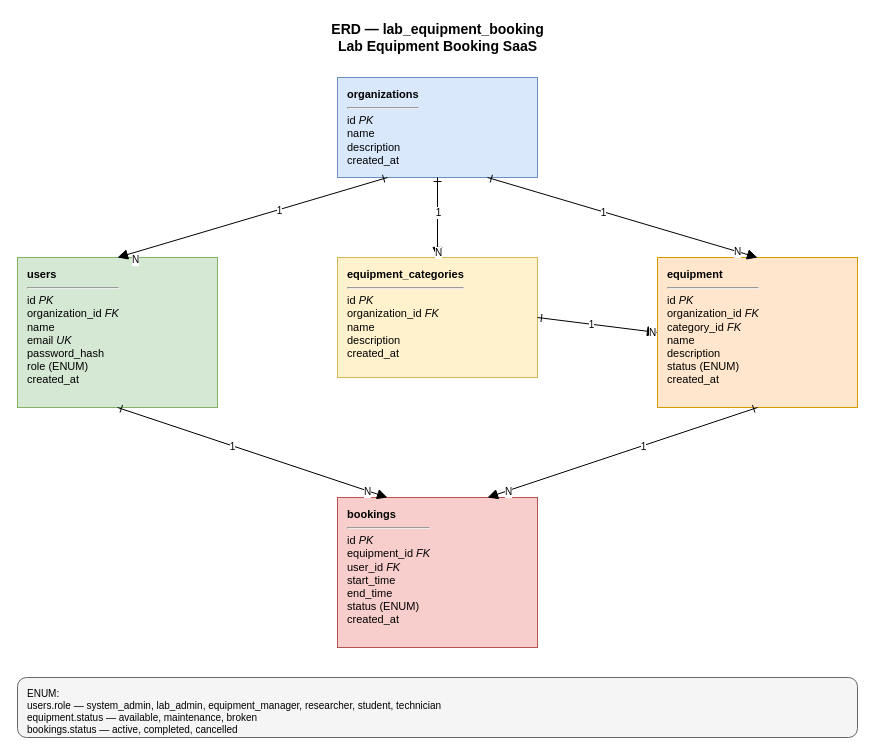
Earlier version of the draw.io diagram docs/diagrams/lab-equipment-booking-erd.drawio (somnexia/lab-equipment-booking-saas). Source tidied: cells renumbered, new cells numbered last; positions are measured from the earlier drawing's top-left corner, leaving out a move shared by most shapes. Both pictures are drawn from the tidied source at 100%, with x=0, y=0 at pixel (17, 17).
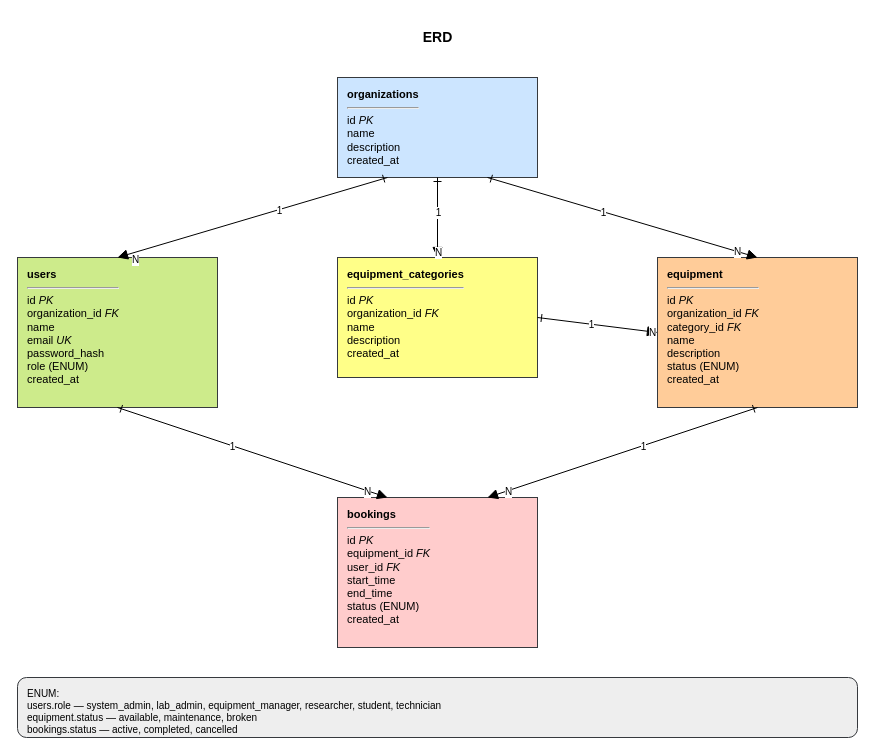
The same diagram, later.

Commit message (it also covers changes not shown here):
feat: update ERD diagram with improved structure and styling

The edit, as a diff of the source:
```diff
@@
-    <mxCell id="2" value="ERD — lab_equipment_booking&#10;Lab Equipment Booking SaaS" style="text;html=1;strokeColor=none;fillColor=none;align=center;verticalAlign=middle;fontStyle=1;fontSize=14;" parent="1" vertex="1">
+    <mxCell id="2" value="ERD" style="text;html=1;strokeColor=none;fillColor=none;align=center;verticalAlign=middle;fontStyle=1;fontSize=14;" parent="1" vertex="1">
       <mxGeometry x="240" width="360" height="40" as="geometry" />
     </mxCell>
-    <mxCell id="3" value="&lt;b&gt;organizations&lt;/b&gt;&lt;hr&gt;id &lt;i&gt;PK&lt;/i&gt;&lt;br&gt;name&lt;br&gt;description&lt;br&gt;created_at" style="rounded=0;whiteSpace=wrap;html=1;align=left;verticalAlign=top;spacingLeft=8;spacingTop=4;fillColor=#dae8fc;strokeColor=#6c8ebf;fontSize=11;" parent="1" vertex="1">
+    <mxCell id="3" value="&lt;b&gt;organizations&lt;/b&gt;&lt;hr&gt;id &lt;i&gt;PK&lt;/i&gt;&lt;br&gt;name&lt;br&gt;description&lt;br&gt;created_at" style="rounded=0;whiteSpace=wrap;html=1;align=left;verticalAlign=top;spacingLeft=8;spacingTop=4;fillColor=#cce5ff;strokeColor=#36393d;fontSize=11;" parent="1" vertex="1">
       <mxGeometry x="320" y="60" width="200" height="100" as="geometry" />
     </mxCell>
-    <mxCell id="4" value="&lt;b&gt;users&lt;/b&gt;&lt;hr&gt;id &lt;i&gt;PK&lt;/i&gt;&lt;br&gt;organization_id &lt;i&gt;FK&lt;/i&gt;&lt;br&gt;name&lt;br&gt;email &lt;i&gt;UK&lt;/i&gt;&lt;br&gt;password_hash&lt;br&gt;role (ENUM)&lt;br&gt;created_at" style="rounded=0;whiteSpace=wrap;html=1;align=left;verticalAlign=top;spacingLeft=8;spacingTop=4;fillColor=#d5e8d4;strokeColor=#82b366;fontSize=11;" parent="1" vertex="1">
+    <mxCell id="4" value="&lt;b&gt;users&lt;/b&gt;&lt;hr&gt;id &lt;i&gt;PK&lt;/i&gt;&lt;br&gt;organization_id &lt;i&gt;FK&lt;/i&gt;&lt;br&gt;name&lt;br&gt;email &lt;i&gt;UK&lt;/i&gt;&lt;br&gt;password_hash&lt;br&gt;role (ENUM)&lt;br&gt;created_at" style="rounded=0;whiteSpace=wrap;html=1;align=left;verticalAlign=top;spacingLeft=8;spacingTop=4;fillColor=#cdeb8b;strokeColor=#36393d;fontSize=11;" parent="1" vertex="1">
       <mxGeometry y="240" width="200" height="150" as="geometry" />
     </mxCell>
-    <mxCell id="5" value="&lt;b&gt;equipment_categories&lt;/b&gt;&lt;hr&gt;id &lt;i&gt;PK&lt;/i&gt;&lt;br&gt;organization_id &lt;i&gt;FK&lt;/i&gt;&lt;br&gt;name&lt;br&gt;description&lt;br&gt;created_at" style="rounded=0;whiteSpace=wrap;html=1;align=left;verticalAlign=top;spacingLeft=8;spacingTop=4;fillColor=#fff2cc;strokeColor=#d6b656;fontSize=11;" parent="1" vertex="1">
+    <mxCell id="5" value="&lt;b&gt;equipment_categories&lt;/b&gt;&lt;hr&gt;id &lt;i&gt;PK&lt;/i&gt;&lt;br&gt;organization_id &lt;i&gt;FK&lt;/i&gt;&lt;br&gt;name&lt;br&gt;description&lt;br&gt;created_at" style="rounded=0;whiteSpace=wrap;html=1;align=left;verticalAlign=top;spacingLeft=8;spacingTop=4;fillColor=#ffff88;strokeColor=#36393d;fontSize=11;" parent="1" vertex="1">
       <mxGeometry x="320" y="240" width="200" height="120" as="geometry" />
     </mxCell>
-    <mxCell id="6" value="&lt;b&gt;equipment&lt;/b&gt;&lt;hr&gt;id &lt;i&gt;PK&lt;/i&gt;&lt;br&gt;organization_id &lt;i&gt;FK&lt;/i&gt;&lt;br&gt;category_id &lt;i&gt;FK&lt;/i&gt;&lt;br&gt;name&lt;br&gt;description&lt;br&gt;status (ENUM)&lt;br&gt;created_at" style="rounded=0;whiteSpace=wrap;html=1;align=left;verticalAlign=top;spacingLeft=8;spacingTop=4;fillColor=#ffe6cc;strokeColor=#d79b00;fontSize=11;" parent="1" vertex="1">
+    <mxCell id="6" value="&lt;b&gt;equipment&lt;/b&gt;&lt;hr&gt;id &lt;i&gt;PK&lt;/i&gt;&lt;br&gt;organization_id &lt;i&gt;FK&lt;/i&gt;&lt;br&gt;category_id &lt;i&gt;FK&lt;/i&gt;&lt;br&gt;name&lt;br&gt;description&lt;br&gt;status (ENUM)&lt;br&gt;created_at" style="rounded=0;whiteSpace=wrap;html=1;align=left;verticalAlign=top;spacingLeft=8;spacingTop=4;fillColor=#ffcc99;strokeColor=#36393d;fontSize=11;" parent="1" vertex="1">
       <mxGeometry x="640" y="240" width="200" height="150" as="geometry" />
     </mxCell>
-    <mxCell id="7" value="&lt;b&gt;bookings&lt;/b&gt;&lt;hr&gt;id &lt;i&gt;PK&lt;/i&gt;&lt;br&gt;equipment_id &lt;i&gt;FK&lt;/i&gt;&lt;br&gt;user_id &lt;i&gt;FK&lt;/i&gt;&lt;br&gt;start_time&lt;br&gt;end_time&lt;br&gt;status (ENUM)&lt;br&gt;created_at" style="rounded=0;whiteSpace=wrap;html=1;align=left;verticalAlign=top;spacingLeft=8;spacingTop=4;fillColor=#f8cecc;strokeColor=#b85450;fontSize=11;" parent="1" vertex="1">
+    <mxCell id="7" value="&lt;b&gt;bookings&lt;/b&gt;&lt;hr&gt;id &lt;i&gt;PK&lt;/i&gt;&lt;br&gt;equipment_id &lt;i&gt;FK&lt;/i&gt;&lt;br&gt;user_id &lt;i&gt;FK&lt;/i&gt;&lt;br&gt;start_time&lt;br&gt;end_time&lt;br&gt;status (ENUM)&lt;br&gt;created_at" style="rounded=0;whiteSpace=wrap;html=1;align=left;verticalAlign=top;spacingLeft=8;spacingTop=4;fillColor=#ffcccc;strokeColor=#36393d;fontSize=11;" parent="1" vertex="1">
       <mxGeometry x="320" y="480" width="200" height="150" as="geometry" />
     </mxCell>
@@
-    <mxCell id="26" value="ENUM:&lt;br&gt;users.role — system_admin, lab_admin, equipment_manager, researcher, student, technician&lt;br&gt;equipment.status — available, maintenance, broken&lt;br&gt;bookings.status — active, completed, cancelled" style="text;html=1;strokeColor=#666666;fillColor=#f5f5f5;align=left;verticalAlign=top;spacingLeft=8;spacingTop=4;fontSize=10;rounded=1;" parent="1" vertex="1">
+    <mxCell id="26" value="ENUM:&lt;br&gt;users.role — system_admin, lab_admin, equipment_manager, researcher, student, technician&lt;br&gt;equipment.status — available, maintenance, broken&lt;br&gt;bookings.status — active, completed, cancelled" style="text;html=1;align=left;verticalAlign=top;spacingLeft=8;spacingTop=4;fontSize=10;rounded=1;fillColor=#eeeeee;strokeColor=#36393d;" parent="1" vertex="1">
       <mxGeometry y="660" width="840" height="60" as="geometry" />
     </mxCell>
```
